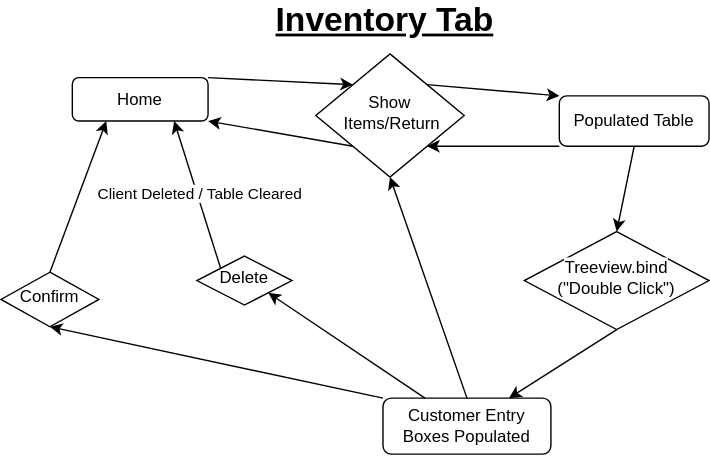
This is Data Flow Diagrams/InventoryPage.svg from KitchenPizzeria/Client-Apps, a draw.io export, as it was before one commit. Source tidied: cells renumbered, new cells last; positions are measured from the earlier drawing's top-left corner, leaving out a move shared by most shapes. The source it was exported from:
```xml
<mxGraphModel>
  <root>
    <mxCell id="0" />
    <mxCell id="1" parent="0" />
    <mxCell id="2" style="edgeStyle=none;rounded=0;jettySize=auto;html=1;exitX=1;exitY=0;exitDx=0;exitDy=0;entryX=0;entryY=0;entryDx=0;entryDy=0;" parent="1" edge="1" source="3" target="6">
      <mxGeometry relative="1" as="geometry" />
    </mxCell>
    <mxCell id="3" value="Home" style="rounded=1;whiteSpace=wrap;html=1;fontSize=12;glass=0;strokeWidth=1;shadow=0;" parent="1" vertex="1">
      <mxGeometry x="51" y="52" width="97" height="31" as="geometry" />
    </mxCell>
    <mxCell id="4" style="edgeStyle=none;rounded=0;jettySize=auto;html=1;exitX=1;exitY=0;exitDx=0;exitDy=0;entryX=0;entryY=0;entryDx=0;entryDy=0;" parent="1" edge="1" source="6" target="9">
      <mxGeometry relative="1" as="geometry" />
    </mxCell>
    <mxCell id="5" style="edgeStyle=none;rounded=0;jettySize=auto;html=1;exitX=0;exitY=1;exitDx=0;exitDy=0;entryX=1;entryY=1;entryDx=0;entryDy=0;" parent="1" edge="1" source="6" target="3">
      <mxGeometry relative="1" as="geometry" />
    </mxCell>
    <mxCell id="6" value="Show &amp;nbsp;Items/Return" style="rhombus;whiteSpace=wrap;html=1;shadow=0;fontFamily=Helvetica;fontSize=12;align=center;strokeWidth=1;spacing=6;spacingTop=-4;" parent="1" vertex="1">
      <mxGeometry x="225" y="35" width="106" height="88" as="geometry" />
    </mxCell>
    <mxCell id="7" style="edgeStyle=none;rounded=0;jettySize=auto;html=1;exitX=0;exitY=1;exitDx=0;exitDy=0;entryX=1;entryY=1;entryDx=0;entryDy=0;" parent="1" edge="1" source="9" target="6">
      <mxGeometry relative="1" as="geometry" />
    </mxCell>
    <mxCell id="8" style="edgeStyle=none;rounded=0;jettySize=auto;html=1;exitX=0.5;exitY=1;exitDx=0;exitDy=0;entryX=0.5;entryY=0;entryDx=0;entryDy=0;" parent="1" edge="1" source="9" target="17">
      <mxGeometry relative="1" as="geometry" />
    </mxCell>
    <mxCell id="9" value="Populated Table" style="rounded=1;whiteSpace=wrap;html=1;fontSize=12;glass=0;strokeWidth=1;shadow=0;" parent="1" vertex="1">
      <mxGeometry x="399" y="65" width="107" height="36" as="geometry" />
    </mxCell>
    <mxCell id="10" style="edgeStyle=none;rounded=0;jettySize=auto;html=1;exitX=0;exitY=0;exitDx=0;exitDy=0;entryX=0.75;entryY=1;entryDx=0;entryDy=0;" parent="1" edge="1" source="12" target="3">
      <mxGeometry relative="1" as="geometry" />
    </mxCell>
    <mxCell id="11" value="Client Deleted / Table Cleared" style="edgeLabel;html=1;align=center;verticalAlign=middle;" parent="10" vertex="1">
      <mxGeometry x="0.07" y="1" relative="1" as="geometry">
        <mxPoint x="3" y="2" as="offset" />
      </mxGeometry>
    </mxCell>
    <mxCell id="12" value="Delete" style="rhombus;whiteSpace=wrap;html=1;shadow=0;fontFamily=Helvetica;fontSize=12;align=center;strokeWidth=1;spacing=6;spacingTop=-4;" parent="1" vertex="1">
      <mxGeometry x="140" y="179.5" width="68" height="35" as="geometry" />
    </mxCell>
    <mxCell id="13" style="edgeStyle=none;rounded=0;jettySize=auto;html=1;exitX=0;exitY=0;exitDx=0;exitDy=0;entryX=0.5;entryY=1;entryDx=0;entryDy=0;" parent="1" edge="1" source="14" target="23">
      <mxGeometry relative="1" as="geometry" />
    </mxCell>
    <mxCell id="14" value="Customer Entry Boxes Populated" style="rounded=1;whiteSpace=wrap;html=1;fontSize=12;glass=0;strokeWidth=1;shadow=0;" parent="1" vertex="1">
      <mxGeometry x="273" y="281" width="120" height="40" as="geometry" />
    </mxCell>
    <mxCell id="15" value="&lt;font style=&quot;font-size: 24px&quot;&gt;&lt;u&gt;&lt;b&gt;Inventory Tab&lt;/b&gt;&lt;/u&gt;&lt;/font&gt;" style="text;html=1;align=center;verticalAlign=middle;strokeColor=none;fillColor=none;strokeWidth=4;" parent="1" vertex="1">
      <mxGeometry x="191" width="166" height="22" as="geometry" />
    </mxCell>
    <mxCell id="16" style="edgeStyle=none;rounded=0;jettySize=auto;html=1;exitX=0.5;exitY=1;exitDx=0;exitDy=0;entryX=0.75;entryY=0;entryDx=0;entryDy=0;" parent="1" edge="1" source="17" target="14">
      <mxGeometry relative="1" as="geometry" />
    </mxCell>
    <mxCell id="17" value="&lt;span style=&quot;color: rgb(0 , 0 , 0) ; font-family: &amp;#34;helvetica&amp;#34; ; font-size: 12px ; font-style: normal ; font-weight: normal ; letter-spacing: normal ; text-align: center ; text-indent: 0px ; text-transform: none ; word-spacing: 0px ; background-color: rgb(255 , 255 , 255) ; text-decoration: none ; display: inline ; float: none&quot;&gt;Treeview.bind&lt;br&gt;(&quot;Double Click&quot;)&lt;/span&gt;" style="rhombus;whiteSpace=wrap;html=1;shadow=0;fontFamily=Helvetica;fontSize=12;align=center;strokeWidth=1;spacing=6;spacingTop=-4;" parent="1" vertex="1">
      <mxGeometry x="374" y="162" width="132" height="70" as="geometry" />
    </mxCell>
    <mxCell id="18" style="edgeStyle=none;rounded=0;jettySize=auto;html=1;exitX=0.25;exitY=0;exitDx=0;exitDy=0;entryX=1;entryY=1;entryDx=0;entryDy=0;" parent="1" edge="1" source="14" target="12">
      <mxGeometry relative="1" as="geometry" />
    </mxCell>
    <mxCell id="19" style="edgeStyle=none;rounded=0;jettySize=auto;html=1;exitX=0.5;exitY=0;exitDx=0;exitDy=0;entryX=0.5;entryY=1;entryDx=0;entryDy=0;" parent="1" edge="1" source="14" target="6">
      <mxGeometry relative="1" as="geometry" />
    </mxCell>
    <mxCell id="20" style="edgeStyle=none;rounded=0;orthogonalLoop=1;jettySize=auto;html=1;exitX=0.5;exitY=1;exitDx=0;exitDy=0;" parent="1" edge="1" source="12" target="12">
      <mxGeometry relative="1" as="geometry" />
    </mxCell>
    <mxCell id="21" style="edgeStyle=none;rounded=0;orthogonalLoop=1;jettySize=auto;html=1;exitX=0.25;exitY=1;exitDx=0;exitDy=0;" parent="1" edge="1" source="14" target="14">
      <mxGeometry relative="1" as="geometry" />
    </mxCell>
    <mxCell id="22" style="edgeStyle=none;rounded=0;jettySize=auto;html=1;exitX=0.5;exitY=0;exitDx=0;exitDy=0;entryX=0.25;entryY=1;entryDx=0;entryDy=0;" parent="1" edge="1" source="23" target="3">
      <mxGeometry relative="1" as="geometry" />
    </mxCell>
    <mxCell id="23" value="Confirm" style="rhombus;whiteSpace=wrap;html=1;shadow=0;fontFamily=Helvetica;fontSize=12;align=center;strokeWidth=1;spacing=6;spacingTop=-4;" parent="1" vertex="1">
      <mxGeometry y="191" width="70" height="39" as="geometry" />
    </mxCell>
  </root>
</mxGraphModel>
```
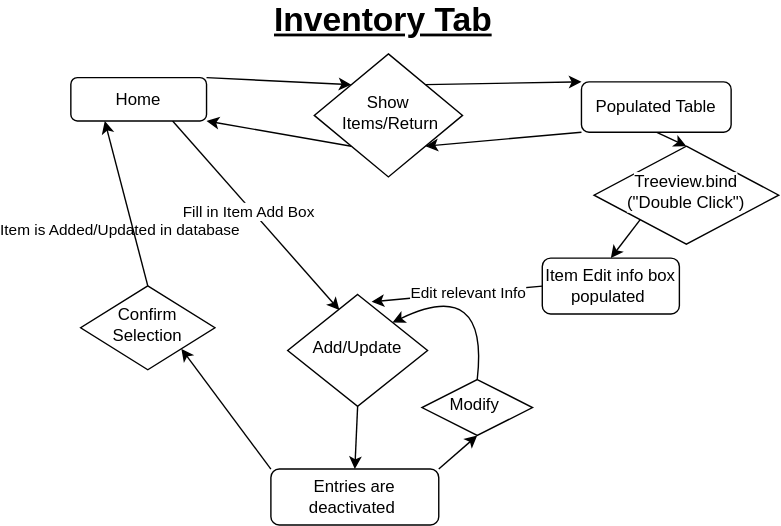
After the change.

Commit message:
User Flow Diagram

Change to the diagram source:
```diff
@@ -5,6 +5,12 @@
     <mxCell id="2" style="edgeStyle=none;rounded=0;jettySize=auto;html=1;exitX=1;exitY=0;exitDx=0;exitDy=0;entryX=0;entryY=0;entryDx=0;entryDy=0;" parent="1" edge="1" source="3" target="6">
       <mxGeometry relative="1" as="geometry" />
     </mxCell>
+    <mxCell id="24" style="edgeStyle=none;rounded=0;jettySize=auto;html=1;exitX=0.75;exitY=1;exitDx=0;exitDy=0;entryX=0.37;entryY=0.14;entryDx=0;entryDy=0;entryPerimeter=0;" parent="1" edge="1" source="3" target="29">
+      <mxGeometry relative="1" as="geometry" />
+    </mxCell>
+    <mxCell id="25" value="Fill in Item Add Box" style="edgeLabel;html=1;align=center;verticalAlign=middle;" parent="24" vertex="1">
+      <mxGeometry x="-0.07" y="-2" relative="1" as="geometry" />
+    </mxCell>
     <mxCell id="3" value="Home" style="rounded=1;whiteSpace=wrap;html=1;fontSize=12;glass=0;strokeWidth=1;shadow=0;" parent="1" vertex="1">
       <mxGeometry x="51" y="52" width="97" height="31" as="geometry" />
     </mxCell>
@@ -24,51 +30,65 @@
       <mxGeometry relative="1" as="geometry" />
     </mxCell>
     <mxCell id="9" value="Populated Table" style="rounded=1;whiteSpace=wrap;html=1;fontSize=12;glass=0;strokeWidth=1;shadow=0;" parent="1" vertex="1">
-      <mxGeometry x="399" y="65" width="107" height="36" as="geometry" />
+      <mxGeometry x="416" y="55" width="107" height="36" as="geometry" />
     </mxCell>
-    <mxCell id="10" style="edgeStyle=none;rounded=0;jettySize=auto;html=1;exitX=0;exitY=0;exitDx=0;exitDy=0;entryX=0.75;entryY=1;entryDx=0;entryDy=0;" parent="1" edge="1" source="12" target="3">
-      <mxGeometry relative="1" as="geometry" />
-    </mxCell>
-    <mxCell id="11" value="Client Deleted / Table Cleared" style="edgeLabel;html=1;align=center;verticalAlign=middle;" parent="10" vertex="1">
-      <mxGeometry x="0.07" y="1" relative="1" as="geometry">
-        <mxPoint x="3" y="2" as="offset" />
-      </mxGeometry>
-    </mxCell>
-    <mxCell id="12" value="Delete" style="rhombus;whiteSpace=wrap;html=1;shadow=0;fontFamily=Helvetica;fontSize=12;align=center;strokeWidth=1;spacing=6;spacingTop=-4;" parent="1" vertex="1">
-      <mxGeometry x="140" y="179.5" width="68" height="35" as="geometry" />
-    </mxCell>
-    <mxCell id="13" style="edgeStyle=none;rounded=0;jettySize=auto;html=1;exitX=0;exitY=0;exitDx=0;exitDy=0;entryX=0.5;entryY=1;entryDx=0;entryDy=0;" parent="1" edge="1" source="14" target="23">
-      <mxGeometry relative="1" as="geometry" />
-    </mxCell>
+    <mxCell id="26" style="edgeStyle=none;rounded=0;jettySize=auto;html=1;exitX=0;exitY=0.5;exitDx=0;exitDy=0;entryX=0.6;entryY=0.065;entryDx=0;entryDy=0;entryPerimeter=0;" parent="1" edge="1" source="14" target="29">
+      <mxGeometry relative="1" as="geometry" />
+    </mxCell>
+    <mxCell id="27" value="Edit relevant Info" style="edgeLabel;html=1;align=center;verticalAlign=middle;" parent="26" vertex="1">
+      <mxGeometry x="-0.12" relative="1" as="geometry" />
+    </mxCell>
-    <mxCell id="14" value="Customer Entry Boxes Populated" style="rounded=1;whiteSpace=wrap;html=1;fontSize=12;glass=0;strokeWidth=1;shadow=0;" parent="1" vertex="1">
-      <mxGeometry x="273" y="281" width="120" height="40" as="geometry" />
+    <mxCell id="14" value="Item Edit info box populated&amp;nbsp;" style="rounded=1;whiteSpace=wrap;html=1;fontSize=12;glass=0;strokeWidth=1;shadow=0;" parent="1" vertex="1">
+      <mxGeometry x="388" y="181" width="98" height="40" as="geometry" />
     </mxCell>
     <mxCell id="15" value="&lt;font style=&quot;font-size: 24px&quot;&gt;&lt;u&gt;&lt;b&gt;Inventory Tab&lt;/b&gt;&lt;/u&gt;&lt;/font&gt;" style="text;html=1;align=center;verticalAlign=middle;strokeColor=none;fillColor=none;strokeWidth=4;" parent="1" vertex="1">
       <mxGeometry x="191" width="166" height="22" as="geometry" />
     </mxCell>
-    <mxCell id="16" style="edgeStyle=none;rounded=0;jettySize=auto;html=1;exitX=0.5;exitY=1;exitDx=0;exitDy=0;entryX=0.75;entryY=0;entryDx=0;entryDy=0;" parent="1" edge="1" source="17" target="14">
+    <mxCell id="16" style="rounded=0;jettySize=auto;html=1;exitX=0;exitY=1;exitDx=0;exitDy=0;entryX=0.5;entryY=0;entryDx=0;entryDy=0;" parent="1" edge="1" source="17" target="14">
       <mxGeometry relative="1" as="geometry" />
     </mxCell>
     <mxCell id="17" value="&lt;span style=&quot;color: rgb(0 , 0 , 0) ; font-family: &amp;#34;helvetica&amp;#34; ; font-size: 12px ; font-style: normal ; font-weight: normal ; letter-spacing: normal ; text-align: center ; text-indent: 0px ; text-transform: none ; word-spacing: 0px ; background-color: rgb(255 , 255 , 255) ; text-decoration: none ; display: inline ; float: none&quot;&gt;Treeview.bind&lt;br&gt;(&quot;Double Click&quot;)&lt;/span&gt;" style="rhombus;whiteSpace=wrap;html=1;shadow=0;fontFamily=Helvetica;fontSize=12;align=center;strokeWidth=1;spacing=6;spacingTop=-4;" parent="1" vertex="1">
-      <mxGeometry x="374" y="162" width="132" height="70" as="geometry" />
+      <mxGeometry x="425" y="101" width="132" height="70" as="geometry" />
     </mxCell>
-    <mxCell id="18" style="edgeStyle=none;rounded=0;jettySize=auto;html=1;exitX=0.25;exitY=0;exitDx=0;exitDy=0;entryX=1;entryY=1;entryDx=0;entryDy=0;" parent="1" edge="1" source="14" target="12">
-      <mxGeometry relative="1" as="geometry" />
-    </mxCell>
-    <mxCell id="19" style="edgeStyle=none;rounded=0;jettySize=auto;html=1;exitX=0.5;exitY=0;exitDx=0;exitDy=0;entryX=0.5;entryY=1;entryDx=0;entryDy=0;" parent="1" edge="1" source="14" target="6">
-      <mxGeometry relative="1" as="geometry" />
-    </mxCell>
-    <mxCell id="20" style="edgeStyle=none;rounded=0;orthogonalLoop=1;jettySize=auto;html=1;exitX=0.5;exitY=1;exitDx=0;exitDy=0;" parent="1" edge="1" source="12" target="12">
-      <mxGeometry relative="1" as="geometry" />
-    </mxCell>
-    <mxCell id="21" style="edgeStyle=none;rounded=0;orthogonalLoop=1;jettySize=auto;html=1;exitX=0.25;exitY=1;exitDx=0;exitDy=0;" parent="1" edge="1" source="14" target="14">
-      <mxGeometry relative="1" as="geometry" />
+    <mxCell id="21" style="edgeStyle=none;rounded=0;orthogonalLoop=1;jettySize=auto;html=1;exitX=0.25;exitY=1;exitDx=0;exitDy=0;" parent="1" edge="1">
+      <mxGeometry relative="1" as="geometry">
+        <mxPoint x="356" y="156" as="sourcePoint" />
+        <mxPoint x="356" y="156" as="targetPoint" />
+      </mxGeometry>
     </mxCell>
-    <mxCell id="22" style="edgeStyle=none;rounded=0;jettySize=auto;html=1;exitX=0.5;exitY=0;exitDx=0;exitDy=0;entryX=0.25;entryY=1;entryDx=0;entryDy=0;" parent="1" edge="1" source="23" target="3">
-      <mxGeometry relative="1" as="geometry" />
-    </mxCell>
-    <mxCell id="23" value="Confirm" style="rhombus;whiteSpace=wrap;html=1;shadow=0;fontFamily=Helvetica;fontSize=12;align=center;strokeWidth=1;spacing=6;spacingTop=-4;" parent="1" vertex="1">
-      <mxGeometry y="191" width="70" height="39" as="geometry" />
-    </mxCell>
+    <mxCell id="28" style="edgeStyle=none;rounded=0;jettySize=auto;html=1;exitX=0.5;exitY=1;exitDx=0;exitDy=0;entryX=0.5;entryY=0;entryDx=0;entryDy=0;" parent="1" edge="1" source="29" target="33">
+      <mxGeometry relative="1" as="geometry" />
+    </mxCell>
+    <mxCell id="29" value="Add/Update" style="rhombus;whiteSpace=wrap;html=1;shadow=0;fontFamily=Helvetica;fontSize=12;align=center;strokeWidth=1;spacing=6;spacingTop=-4;" parent="1" vertex="1">
+      <mxGeometry x="206" y="207" width="100" height="80" as="geometry" />
+    </mxCell>
+    <mxCell id="30" value="Modify&amp;nbsp;" style="rhombus;whiteSpace=wrap;html=1;shadow=0;fontFamily=Helvetica;fontSize=12;align=center;strokeWidth=1;spacing=6;spacingTop=-4;" parent="1" vertex="1">
+      <mxGeometry x="302" y="267.8" width="79" height="40" as="geometry" />
+    </mxCell>
+    <mxCell id="31" style="edgeStyle=none;rounded=0;jettySize=auto;html=1;exitX=1;exitY=0;exitDx=0;exitDy=0;entryX=0.5;entryY=1;entryDx=0;entryDy=0;" parent="1" edge="1" source="33" target="30">
+      <mxGeometry relative="1" as="geometry" />
+    </mxCell>
+    <mxCell id="32" style="edgeStyle=none;rounded=0;jettySize=auto;html=1;exitX=0;exitY=0;exitDx=0;exitDy=0;entryX=1;entryY=1;entryDx=0;entryDy=0;" parent="1" edge="1" source="33" target="37">
+      <mxGeometry relative="1" as="geometry" />
+    </mxCell>
+    <mxCell id="33" value="Entries are deactivated&amp;nbsp;" style="rounded=1;whiteSpace=wrap;html=1;fontSize=12;glass=0;strokeWidth=1;shadow=0;" parent="1" vertex="1">
+      <mxGeometry x="194" y="331.8" width="120" height="40" as="geometry" />
+    </mxCell>
+    <mxCell id="34" style="curved=1;endArrow=classic;html=1;exitX=0.5;exitY=0;exitDx=0;exitDy=0;entryX=1;entryY=0;entryDx=0;entryDy=0;" parent="1" edge="1" source="30" target="29">
+      <mxGeometry relative="1" as="geometry">
+        <Array as="points">
+          <mxPoint x="350" y="194" />
+        </Array>
+      </mxGeometry>
+    </mxCell>
+    <mxCell id="35" value="Item is Added/Updated in database" style="edgeLabel;html=1;align=center;verticalAlign=middle;" parent="1" vertex="1">
+      <mxGeometry x="86" y="161" as="geometry" />
+    </mxCell>
+    <mxCell id="36" style="edgeStyle=none;rounded=0;jettySize=auto;html=1;exitX=0.5;exitY=0;exitDx=0;exitDy=0;entryX=0.25;entryY=1;entryDx=0;entryDy=0;" parent="1" edge="1" source="37" target="3">
+      <mxGeometry relative="1" as="geometry" />
+    </mxCell>
+    <mxCell id="37" value="Confirm Selection" style="rhombus;whiteSpace=wrap;html=1;shadow=0;fontFamily=Helvetica;fontSize=12;align=center;strokeWidth=1;spacing=6;spacingTop=-4;" parent="1" vertex="1">
+      <mxGeometry x="58" y="200.8" width="96" height="60" as="geometry" />
+    </mxCell>
   </root>
 </mxGraphModel>
```
